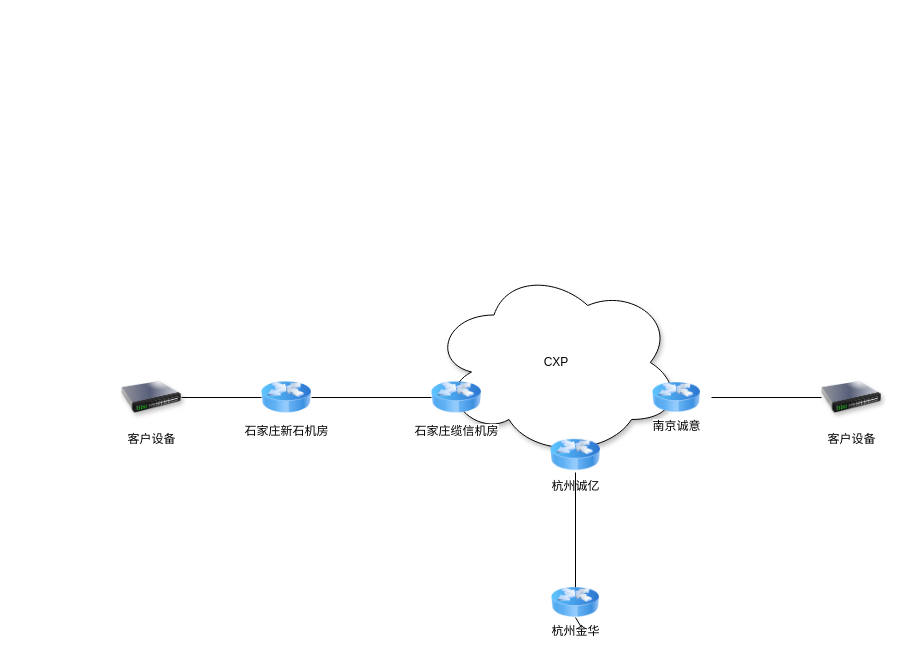
Before: Untitled Diagram.drawio in GoodBorther/test, a draw.io diagram. Source tidied: cells renumbered, new cells numbered last; positions are measured from the earlier drawing's top-left corner, leaving out a move shared by most shapes. Both pictures are drawn from the tidied source at 100%, with x=0, y=0 at pixel (121, 267).
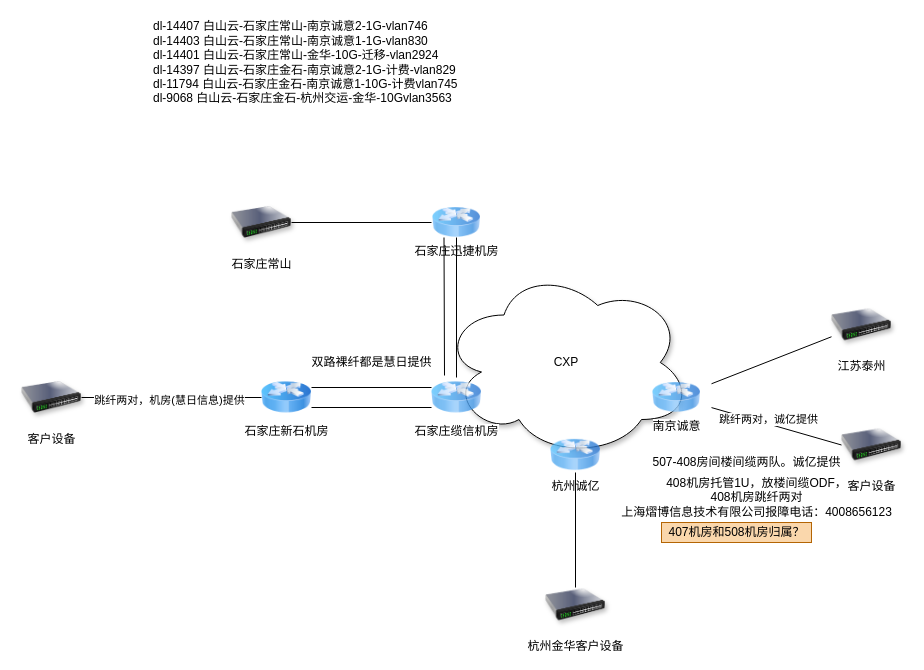
Above is the later version.

The change refers to these unchanged cells:
```xml
<mxCell id="3" value="石家庄新石机房" style="image;html=1;image=img/lib/clip_art/networking/Router_Icon_128x128.png;" parent="1" vertex="1">
  <mxGeometry x="140" y="110" width="50" height="40" as="geometry" />
</mxCell>
<mxCell id="13" style="endArrow=none;html=1;entryX=0;entryY=0.5;entryDx=0;entryDy=0;" parent="1" edge="1" source="4" target="12">
  <mxGeometry relative="1" as="geometry" />
</mxCell>
<mxCell id="15" style="endArrow=none;html=1;exitX=1;exitY=0.5;exitDx=0;exitDy=0;entryX=0;entryY=0.5;entryDx=0;entryDy=0;" parent="1" edge="1" source="14" target="3">
  <mxGeometry relative="1" as="geometry" />
</mxCell>
```

Change to the diagram source:
```diff
@@
     <mxCell id="2" value="CXP" style="ellipse;shape=cloud;whiteSpace=wrap;html=1;shadow=1;" parent="1" vertex="1">
-      <mxGeometry x="310" width="250" height="190" as="geometry" />
+      <mxGeometry x="320" width="250" height="190" as="geometry" />
     </mxCell>
@@
-    <mxCell id="4" value="南京诚意" style="image;html=1;image=img/lib/clip_art/networking/Router_Icon_128x128.png;" parent="1" vertex="1">
+    <mxCell id="4" value="南京诚意" style="image;html=1;image=img/lib/clip_art/networking/Router_Icon_128x128.png;opacity=80;" parent="1" vertex="1">
       <mxGeometry x="520" y="115" width="70" height="30" as="geometry" />
     </mxCell>
-    <mxCell id="5" value="石家庄缆信机房" style="image;html=1;image=img/lib/clip_art/networking/Router_Icon_128x128.png;" parent="1" vertex="1">
+    <mxCell id="5" value="石家庄缆信机房" style="image;html=1;image=img/lib/clip_art/networking/Router_Icon_128x128.png;sketch=0;opacity=80;" parent="1" vertex="1">
       <mxGeometry x="310" y="110" width="50" height="40" as="geometry" />
     </mxCell>
-    <mxCell id="6" value="杭州诚亿" style="image;html=1;image=img/lib/clip_art/networking/Router_Icon_128x128.png;" parent="1" vertex="1">
+    <mxCell id="6" value="杭州诚亿" style="image;html=1;image=img/lib/clip_art/networking/Router_Icon_128x128.png;opacity=80;" parent="1" vertex="1">
       <mxGeometry x="429" y="170" width="50" height="35" as="geometry" />
     </mxCell>
-    <mxCell id="7" style="endArrow=none;html=1;entryX=0.5;entryY=1;entryDx=0;entryDy=0;" parent="1" edge="1" source="10" target="6">
-      <mxGeometry relative="1" as="geometry" />
+    <mxCell id="7" style="endArrow=none;html=1;entryX=0.5;entryY=1;entryDx=0;entryDy=0;" parent="1" edge="1" target="6">
+      <mxGeometry relative="1" as="geometry">
+        <mxPoint x="454" y="320" as="sourcePoint" />
+      </mxGeometry>
     </mxCell>
-    <mxCell id="8" style="endArrow=none;html=1;exitX=1;exitY=0.5;exitDx=0;exitDy=0;entryX=0;entryY=0.5;entryDx=0;entryDy=0;" parent="1" edge="1" source="3" target="5">
+    <mxCell id="8" style="endArrow=none;html=1;exitX=1;exitY=0.25;exitDx=0;exitDy=0;entryX=0;entryY=0.25;entryDx=0;entryDy=0;" parent="1" edge="1" source="3" target="5">
       <mxGeometry relative="1" as="geometry" />
     </mxCell>
@@
-    <mxCell id="10" value="杭州金华" style="image;html=1;image=img/lib/clip_art/networking/Router_Icon_128x128.png;" parent="1" vertex="1">
-      <mxGeometry x="424" y="320" width="60" height="30" as="geometry" />
-    </mxCell>
-    <mxCell id="11" style="endArrow=none;html=1;entryX=0.5;entryY=1;entryDx=0;entryDy=0;" parent="1" edge="1" target="10">
-      <mxGeometry relative="1" as="geometry">
-        <mxPoint x="460" y="360" as="sourcePoint" />
-      </mxGeometry>
-    </mxCell>
     <mxCell id="12" value="客户设备" style="image;html=1;image=img/lib/clip_art/networking/Switch_128x128.png;shadow=1;" parent="1" vertex="1">
-      <mxGeometry x="700" y="102.5" width="60" height="55" as="geometry" />
+      <mxGeometry x="720" y="150" width="60" height="55" as="geometry" />
     </mxCell>
@@
+    <mxCell id="16" value="跳纤两对，诚亿提供" style="edgeLabel;html=1;align=center;verticalAlign=middle;" parent="13" vertex="1">
+      <mxGeometry x="-0.37" relative="1" as="geometry">
+        <mxPoint x="15" as="offset" />
+      </mxGeometry>
+    </mxCell>
     <mxCell id="14" value="客户设备" style="image;html=1;image=img/lib/clip_art/networking/Switch_128x128.png;shadow=1;" parent="1" vertex="1">
-      <mxGeometry y="102.5" width="60" height="55" as="geometry" />
+      <mxGeometry x="-100" y="102.5" width="60" height="55" as="geometry" />
     </mxCell>
@@
+    <mxCell id="17" value="跳纤两对，机房(慧日信息)提供" style="edgeLabel;html=1;align=center;verticalAlign=middle;" parent="15" vertex="1">
+      <mxGeometry x="-0.42" y="-2" relative="1" as="geometry">
+        <mxPoint x="35" as="offset" />
+      </mxGeometry>
+    </mxCell>
+    <mxCell id="18" style="endArrow=none;html=1;exitX=1;exitY=0.75;exitDx=0;exitDy=0;" parent="1" edge="1" source="3">
+      <mxGeometry relative="1" as="geometry">
+        <mxPoint x="310" y="140" as="targetPoint" />
+      </mxGeometry>
+    </mxCell>
+    <mxCell id="19" value="杭州金华客户设备" style="image;html=1;image=img/lib/clip_art/networking/Switch_128x128.png;shadow=1;" parent="1" vertex="1">
+      <mxGeometry x="424" y="310" width="60" height="55" as="geometry" />
+    </mxCell>
+    <mxCell id="20" value="双路裸纤都是慧日提供" style="text;html=1;align=center;verticalAlign=middle;" parent="1" vertex="1">
+      <mxGeometry x="180" y="85" width="140" height="20" as="geometry" />
+    </mxCell>
+    <mxCell id="21" value="408机房托管1U，放楼间缆ODF，&lt;br&gt;408机房跳纤两对&lt;br&gt;上海熠博信息技术有限公司报障电话：4008656123" style="text;html=1;align=center;verticalAlign=middle;" parent="1" vertex="1">
+      <mxGeometry x="490" y="205" width="290" height="50" as="geometry" />
+    </mxCell>
+    <mxCell id="22" value="507-408房间楼间缆两队。诚亿提供" style="text;html=1;align=center;verticalAlign=middle;" parent="1" vertex="1">
+      <mxGeometry x="520" y="185" width="210" height="20" as="geometry" />
+    </mxCell>
+    <mxCell id="23" value="407机房和508机房归属？" style="text;html=1;align=center;verticalAlign=middle;fillColor=#fad7ac;strokeColor=#b46504;" parent="1" vertex="1">
+      <mxGeometry x="540" y="255" width="150" height="20" as="geometry" />
+    </mxCell>
+    <mxCell id="24" value="石家庄迅捷机房" style="image;html=1;image=img/lib/clip_art/networking/Router_Icon_128x128.png;sketch=0;opacity=80;" parent="1" vertex="1">
+      <mxGeometry x="310" y="-60" width="50" height="30" as="geometry" />
+    </mxCell>
+    <mxCell id="25" style="endArrow=none;html=1;" parent="1" edge="1" source="24" target="5">
+      <mxGeometry relative="1" as="geometry" />
+    </mxCell>
+    <mxCell id="26" style="endArrow=none;html=1;entryX=0.25;entryY=1;entryDx=0;entryDy=0;" parent="1" edge="1" target="24">
+      <mxGeometry relative="1" as="geometry">
+        <mxPoint x="323" y="108" as="sourcePoint" />
+      </mxGeometry>
+    </mxCell>
+    <mxCell id="27" value="江苏泰州" style="image;html=1;image=img/lib/clip_art/networking/Switch_128x128.png;shadow=1;" parent="1" vertex="1">
+      <mxGeometry x="710" y="30" width="60" height="55" as="geometry" />
+    </mxCell>
+    <mxCell id="28" value="石家庄常山" style="image;html=1;image=img/lib/clip_art/networking/Switch_128x128.png;shadow=1;" parent="1" vertex="1">
+      <mxGeometry x="110" y="-72.5" width="60" height="55" as="geometry" />
+    </mxCell>
+    <mxCell id="29" style="endArrow=none;html=1;entryX=0;entryY=0.5;entryDx=0;entryDy=0;exitX=1;exitY=0.5;exitDx=0;exitDy=0;" parent="1" edge="1" source="28" target="24">
+      <mxGeometry relative="1" as="geometry" />
+    </mxCell>
+    <mxCell id="30" style="endArrow=none;html=1;" parent="1" edge="1" source="27" target="4">
+      <mxGeometry relative="1" as="geometry" />
+    </mxCell>
+    <mxCell id="31" value="dl-14407 白山云-石家庄常山-南京诚意2-1G-vlan746&lt;br&gt;dl-14403 白山云-石家庄常山-南京诚意1-1G-vlan830&lt;br&gt;dl-14401 白山云-石家庄常山-金华-10G-迁移-vlan2924&lt;br&gt;dl-14397 白山云-石家庄金石-南京诚意2-1G-计费-vlan829&lt;br&gt;dl-11794 白山云-石家庄金石-南京诚意1-10G-计费vlan745&amp;nbsp;&lt;br&gt;dl-9068 白山云-石家庄金石-杭州交运-金华-10Gvlan3563" style="text;html=1;align=left;verticalAlign=middle;" parent="1" vertex="1">
+      <mxGeometry x="30" y="-250" width="330" height="90" as="geometry" />
+    </mxCell>
```
